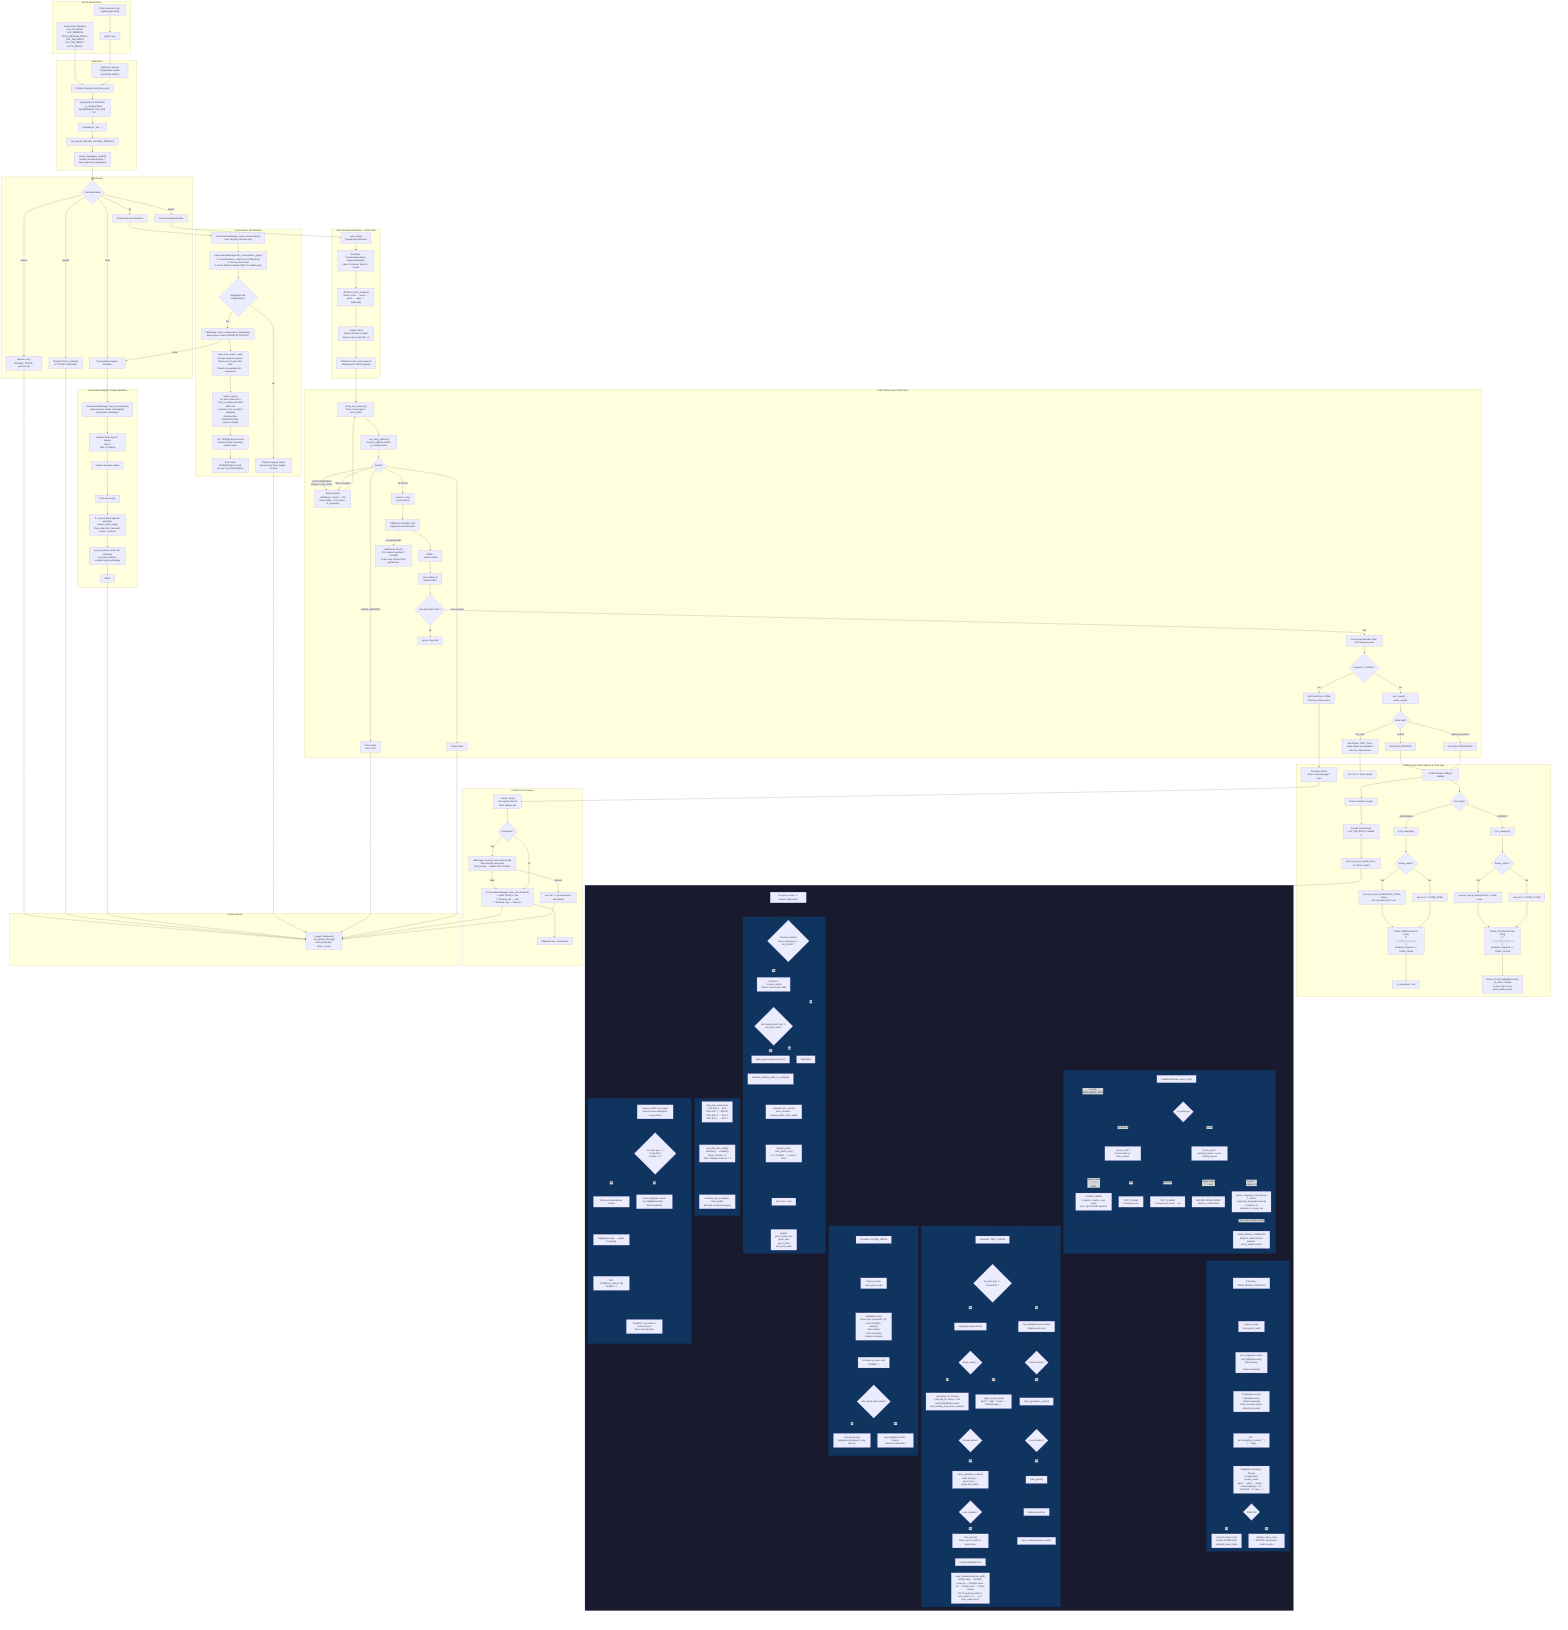
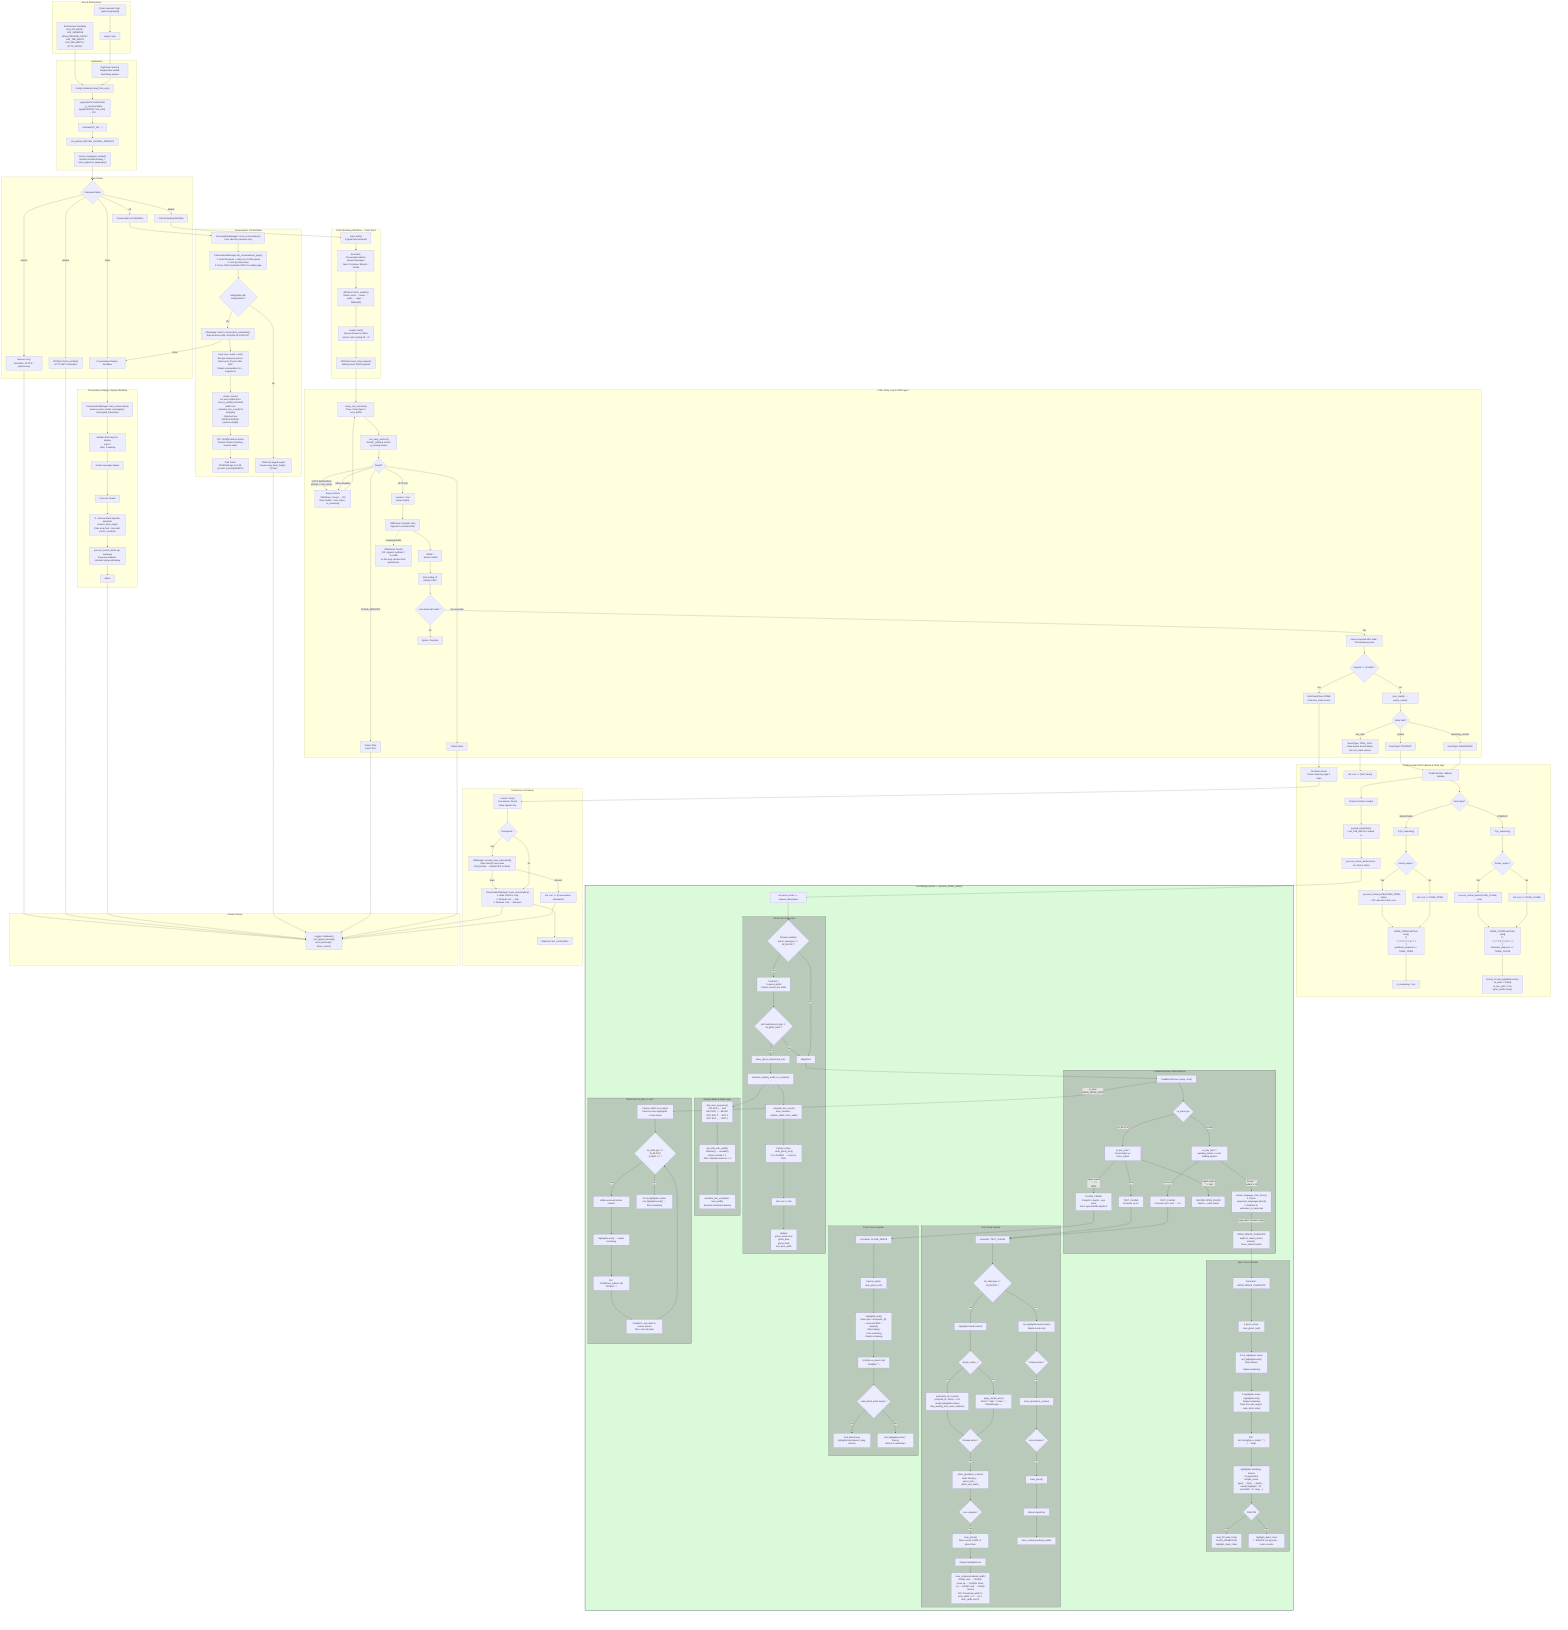
flowchart TD
    %% ========================================================================
    %% LAYER 0: USER & ENVIRONMENT
    %% ========================================================================
    subgraph L0 ["User & Environment"]
        U("[User executes: high [options] [prompt]]") --> Argv["argv[] / argc"]
        Env["Environment Variables<br/>LLM_API_BASE / LLM_VERBOSE<br/>HIGH_PREVIEW_CODE / LLM_TAB_WIDTH<br/>LLM_TAB_WIDTH / HTTP_PROXY"]
    end

    %% ========================================================================
    %% LAYER 1: INITIALIZATION & SIGNALS
    %% ========================================================================
    subgraph L1 ["Initialization"]
        Argv --> Parse["ArgParser::parse()<br/>FlagHandler unified bool/string actions"]
        Env --> ConfigLoad["Config::instance().load_from_env()"]
        Parse --> ConfigLoad
        ConfigLoad --> Signals["signal(SIGINT/SIGTERM → g_running=false)<br/>signal(SIGPIPE, SIG_IGN)  ← FIX"]
        Signals --> Locale["setlocale(LC_ALL, '')"]
        Locale --> CurlInit["curl_global_init(CURL_GLOBAL_DEFAULT)"]
        CurlInit --> LangLoad["ensure_languages_loaded()<br/>Double-checked locking + load_supported_languages()"]
    end

    %% ========================================================================
    %% LAYER 2: MAIN ROUTER
    %% ========================================================================
    subgraph L2 ["Main Router"]
        LangLoad --> Router{"Command Mode"}
        Router -->|banner| Banner["Banner::run()<br/>Alt-buffer / 30 FPS / particle loop"]
        Router -->|list| ListFlow["Conversation List Workflow"]
        Router -->|show| ShowFlow["Conversation Display Workflow"]
        Router -->|models| Models["APIClient::fetch_models()<br/>HTTP GET /v1/models"]
        Router -->|default| ChatFlow["Chat Streaming Workflow"]
    end

    %% ========================================================================
    %% LAYER 3: CHAT WORKFLOW (OUTER SHELL)
    %% ========================================================================
    subgraph L3 ["Chat Streaming Workflow — Outer Shell"]
        ChatFlow --> Stdin["read_stdin()<br/>if piped input detected"]
        Stdin --> BuildHist["Assemble ConversationHistory deque&lt;Message&gt;<br/>New / Continue / Branch / Isolate"]
        BuildHist --> FetchModels["APIClient::fetch_models()<br/>Match: exact → lower → prefix → regex → fallback[0]"]
        FetchModels --> LoaderStart["Loader::start()<br/>Spinner thread on stderr<br/>Atomic color cycling 28→78"]
        LoaderStart --> SendReq["APIClient::send_chat_request()<br/>Build jansson JSON payload"]
    end

    %% ========================================================================
    %% LAYER 4: CURL / RETRY / SSE INGEST
    %% ========================================================================
    subgraph L4 ["CURL Retry Loop & SSE Ingest"]
        SendReq --> CurlSetup["setup_curl_common()<br/>Proxy / User-Agent / error_buffer"]
        CurlSetup --> Perform["curl_easy_perform()<br/>xferinfo_callback checks g_running atomic"]
        Perform --> RetryGate{"Result?"}
        RetryGate -->|HTTP 502/503/504<br/>attempt < max_retries| Backoff["Sleep 1000ms<br/>SSEParser::clear() ← FIX<br/>Reset buffer + tool_state + in_reasoning"]
        Backoff --> CurlSetup
        RetryGate -->|CURLE_ABORTED| AbortReq["Return false<br/>User Ctrl-C"]
        RetryGate -->|Other retryable| Backoff
        RetryGate -->|Non-retryable| FailReq["Return false"]
        RetryGate -->|HTTP 200| StreamOK["success = true<br/>parser.flush()"]

        StreamOK --> SSEFeed["SSEParser::feed(ptr, size)<br/>Append to internal buffer"]
        SSEFeed --> LineLoop["While '\\n' found in buffer"]
        LineLoop --> StripCR["Strip trailing '\\r'<br/>Handle CRLF"]
        StripCR --> DataCheck{"Line starts with 'data:' ?"}
        DataCheck -->|Yes| Extract["Extract payload after 'data: '<br/>Trim leading spaces"]
        Extract --> DoneCheck{"Payload == '[DONE]' ?"}
        DoneCheck -->|Yes| EmitDone["Emit EventType::DONE<br/>Clear tool_state vectors"]
        DoneCheck -->|No| JsonParse["json_loads() → parse_event()"]
        JsonParse --> EvType{Delta field?}
        EvType -->|content| EvContent["EventType::CONTENT"]
        EvType -->|reasoning_content| EvReason["EventType::REASONING"]
        EvType -->|tool_calls| EvTool["EventType::TOOL_CALL<br/>Index-based accumulation into tool_state vectors"]
        DataCheck -->|No| Drop["Ignore / drop line"]

        SSEFeed -.->|remaining buffer| Flush["SSEParser::flush()<br/>FIX: Append synthetic '\\n' to buffer<br/>so line loop catches final partial lines"]
    end

    %% ========================================================================
    %% LAYER 5: CHAT CONTROLLER CALLBACK
    %% ========================================================================
    subgraph L5 ["ChatController SSE Callback & Think Tags"]
        EvContent --> CB["ChatController callback lambda"]
        EvReason --> CB
        EvTool --> ToolLog["std::cerr << [Tool: name]"]
        EmitDone --> DoneHandler["Set done atomic<br/>Close reasoning tags if open"]

        CB --> ReasoningCheck{Event type?}
        ReasoningCheck -->|REASONING| ReasoningOpen["if (!in_reasoning)"]
        ReasoningOpen --> ThinkOpenPath{"format_output ?"}
        ThinkOpenPath -->|Yes| ThinkOpenFmt["process_format_buffer(THINK_OPEN, ..., false)<br/>← FIX: was direct std::cout"]
        ThinkOpenPath -->|No| ThinkOpenRaw["std::cout << THINK_OPEN"]
        ThinkOpenFmt --> ThinkOpenArr["THINK_OPEN built from char[]<br/>{'\\n','<','t','h','i','n','k','>','\\n'}<br/>assistant_response += THINK_OPEN"]
        ThinkOpenRaw --> ThinkOpenArr
        ThinkOpenArr --> InReasoning["in_reasoning = true"]

        ReasoningCheck -->|CONTENT| ContentCheck["if (in_reasoning)"]
        ContentCheck --> ThinkClosePath{"format_output ?"}
        ThinkClosePath -->|Yes| ThinkCloseFmt["process_format_buffer(THINK_CLOSE, ..., true)"]
        ThinkClosePath -->|No| ThinkCloseRaw["std::cout << THINK_CLOSE"]
        ThinkCloseFmt --> ThinkCloseArr["THINK_CLOSE built from char[]<br/>{'\\n','<','/','t','h','i','n','k','>','\\n'}<br/>assistant_response += THINK_CLOSE"]
        ThinkCloseRaw --> ThinkCloseArr
        ThinkCloseArr --> ResetFmt["format_ctx.md_highlighter.reset()<br/>cb_state = State{}<br/>at_line_start = true<br/>parse_buffer.clear()"]

        CB --> StreamChunks["Stream chunks to output"]
        StreamChunks --> Expand["expand_tabs(chunk)<br/>LLM_TAB_WIDTH / default 8"]
        Expand --> ProcFmt["process_format_buffer(chunk, ctx, theme, false)"]
    end

    %% ========================================================================
    %% LAYER 6: FORMATTING PIPELINE — THE HEART
    %% ========================================================================
    subgraph L6 ["Formatting Pipeline — process_format_buffer()"]
        ProcFmt --> Accumulate["ctx.parse_buffer += expand_tabs(input)"]
        Accumulate --> PreviewCheck{"Preview enabled<br/>&& cb_state.type == IN_BLOCK ?"}

        %% Ghost Text Subsystem
        subgraph L6_Ghost ["Ghost Text Subsystem"]
            PreviewCheck -->|Yes| GhostExtract["Find last '\\n' in parse_buffer<br/>Extract current_line suffix"]
            GhostExtract --> GhostHash{"std::hash(current_line) != ctx.ghost_hash ?"}
            GhostHash -->|Yes| ShowGhost["show_ghost_text(current_line)"]
            ShowGhost --> GhostWidth["calculate_display_width_no_ansi(text)<br/>↓"]
            GhostWidth --> GhostLines["calculate_line_count()<br/>lines_needed = ceil(text_width / term_width)"]
            GhostLines --> GhostClear["If ghost_active: clear_ghost_text()<br/>\\r or \\033[nF → cursor to BOL"]
            GhostClear --> GhostPrint["std::cout << text"]
            GhostPrint --> GhostState["Update:<br/>ghost_active=true<br/>ghost_lines<br/>ghost_hash<br/>last_term_width"]
            GhostHash -->|No| SkipGhost
            PreviewCheck -->|No| SkipGhost
        end

        %% Width Calculation Layer
        subgraph L6_Width ["Display Width & ANSI Layer"]
            GhostWidth --> SkipAnsi["skip_ansi_sequence()<br/>CSI ESC [ … final<br/>OSC ESC ] … BEL/ST<br/>DCS ESC P … ESC \\<br/>APC ESC _ … ESC \\"]
            SkipAnsi --> Utf8Width["get_utf8_char_width()<br/>mbrtowc() → wcwidth()<br/>Emoji override = 2<br/>ZWJ / Variation Selector = 0"]
            Utf8Width --> LineCount["calculate_line_count(text, term_width)<br/>Simulate terminal wrapping"]
        end

        %% CodeBlockParser FSM
        subgraph L6_Parser ["CodeBlockParser State Machine"]
            SkipGhost --> ParseLoop["CodeBlockParser::parse_next()"]
            ParseLoop --> State{cb_state.type}

            State -->|NONE| NoneStart["at_line_start ?<br/>pending_indent + count leading spaces"]
            NoneStart -->|Found ```<br/>indent ≤ 16| NoneLang["extract_language_from_fence()<br/>1. Check supported_languages directly<br/>2. Fallback to extension_to_lang map"]
            NoneLang -->|Lang valid / invalid / empty| OpenEvent["OPEN_FENCE_COMPLETE<br/>depth=1, indent_stack=[indent], fence_indent=indent"]
            NoneStart -->|No fence| TextNone["TEXT_CHUNK<br/>Consume up to next ``` or \\n"]

            State -->|IN_BLOCK| BlockStart["at_line_start ?<br/>Count indent vs fence_indent"]
            BlockStart -->|Indent match<br/>``` + \\n/EOF| CloseEvent["CLOSE_FENCE<br/>If depth>1: depth--, pop stack<br/>Else: type=NONE, depth=0"]
            BlockStart -->|Indent match<br/>``` + text| NestedOpen["NESTED OPEN_FENCE<br/>depth++, push indent"]
            BlockStart -->|Else| TextBlock["TEXT_CHUNK<br/>Consume up to \\n"]
        end

        %% Open Fence Handler
        subgraph L6_Open ["Open Fence Handler"]
            OpenEvent --> FmtOpen["Formatter: OPEN_FENCE_COMPLETE"]
            FmtOpen --> ClearGhost1["If ghost_active:<br/>clear_ghost_text()"]
            ClearGhost1 --> EndMd["If md_highlighter active:<br/>md_highlighter.end()<br/>Strip trailing \\n<br/>Output remaining"]
            EndMd --> PushStack["If highlighter active:<br/>highlighter.end()<br/>Output remaining<br/>Push ctx.code_lang to code_block_stack"]
            PushStack --> PrintOpenFence["FIX: std::string(fence_indent, ' ') + ```lang\\n"]
            PrintOpenFence --> StartHl["highlighter.start(lang, theme)<br/>If supported & !simple_mode:<br/>pipe() → fork() → dup2() → execlp('highlight', '-O', 'xterm256', '-S', lang, ...)"]
            StartHl --> HlCheck{"Child PID"}
            HlCheck -->|OK| HlActive["read_fd / write_fd set<br/>fcntl(O_NONBLOCK)<br/>highlight_dead_=false"]
            HlCheck -->|Fail| HlDead["highlight_dead_=true<br/>🐛 SIGPIPE not ignored → crash on write"]
        end

        %% Text Chunk Handler
        subgraph L6_Text ["Text Chunk Handler"]
            TextBlock --> FmtText["Formatter: TEXT_CHUNK"]
            TextNone --> FmtText
            FmtText --> InBlock{cb_state.type == IN_BLOCK ?}

            InBlock -->|Yes| HlFeed["highlighter.feed(content)"]
            HlFeed --> HlMode{simple_mode_ ?}
            HlMode -->|Yes| SimpleHl["apply_simple_ansi()<br/>Bold ** / Italic * / Inline ` / Strikethrough ~~"]
            HlMode -->|No| ForkedHl["write(write_fd, content)<br/>poll(read_fd, 10ms) × 100<br/>read() highlighted output<br/>strip_leading_ansi_reset_newline()"]

            InBlock -->|No| MdFeed["md_highlighter.feed(content)<br/>Simple mode only"]

            ForkedHl --> HlPreview{Preview active ?}
            SimpleHl --> HlPreview
            MdFeed --> MdPreview{Preview active ?}

            HlPreview -->|Yes| HlGhostShow["show_ghost(line_content)<br/>Hash tracking → ghost_lines → ghost_text_width_"]
            HlGhostShow --> HlNewline{Line complete ?}
            HlNewline -->|Yes| HlClearGhost["clear_ghost()<br/>Move cursor to BOL of ghost lines"]
            HlClearGhost --> HlOutput["Output highlighted text"]
            HlOutput --> HlResidue["clear_residue(rendered_width)<br/>\\033[s save → \\033[nF move up → \\033[nG move col → \\033[K clear → \\033[u restore<br/>FIX: if rendered_width % term_width == 0 → col = term_width (not 0)"]

            MdPreview -->|Yes| MdGhostShow["show_ghost(line_content)"]
            MdGhostShow --> MdNewline{Line complete ?}
            MdNewline -->|Yes| MdClearGhost["clear_ghost()"]
            MdClearGhost --> MdOutput["Output styled text"]
            MdOutput --> MdResidue["clear_residue(rendered_width)"]
        end

        %% Close Fence Handler
        subgraph L6_Close ["Close Fence Handler"]
            CloseEvent --> FmtClose["Formatter: CLOSE_FENCE"]
            FmtClose --> ClearGhost2["If ghost_active:<br/>clear_ghost_text()"]
            ClearGhost2 --> EndHl2["highlighter.end()<br/>Drain pipe: close(write_fd) → read until EOF → waitpid()<br/>Strip trailing \\n from remaining<br/>Output remaining"]
            EndHl2 --> PrintClose["\\033[fence_indent+1]G<br/>\\033[0m```\\n"]
            PrintClose --> PopStack{code_block_stack empty ?}
            PopStack -->|No| RestoreParent["Pop parent lang<br/>highlighter.start(parent_lang, theme)"]
            PopStack -->|Yes| RestoreMd["md_highlighter.start('', theme)<br/>Return to markdown"]
        end

        %% Final Flush
        subgraph L6_Final ["Final Flush (is_final == true)"]
            ParseLoop -->|is_final<br/>NEED_MORE_DATA| FinalCheck["If parse_buffer non-empty:<br/>Feed to active highlighter or raw stdout"]
            FinalCheck --> ForceClose{"cb_state.type == IN_BLOCK<br/>|| depth > 0 ?"}
            ForceClose -->|Yes| ForceLoop["While unclosed blocks remain:"]
            ForceLoop --> ForceEnd["highlighter.end() → output remaining"]
            ForceEnd --> ForcePrint["FIX: \\033[fence_indent+1]G<br/>\\033[0m```\\n"]
            ForcePrint --> ForcePop["If depth>1: pop stack & restore parent<br/>Else: clear all state"]
            ForcePop --> ForceClose
            ForceClose -->|No| EndMdFinal["If md_highlighter active:<br/>md_highlighter.end() → flush remaining"]
        end
    end

    %% ========================================================================
    %% LAYER 7: PERSISTENCE & CLEANUP
    %% ========================================================================
    subgraph L7 ["Persistence & Cleanup"]
        DoneHandler --> LoaderStop["Loader::stop()<br/>Join spinner thread<br/>Clear spinner line"]
        LoaderStop --> SaveCheck{Interrupted ?}
        SaveCheck -->|Yes| PromptSave["UIManager::prompt_save_interrupted()<br/>Open /dev/tty raw mode<br/>[Y/n] prompt → default YES on Enter"]
        PromptSave -->|Save| SaveConv["ConversationManager::save_conversation()<br/>1. Write JSON to .tmp<br/>2. Rename old → .bak<br/>3. Rename .tmp → final.json"]
        PromptSave -->|Discard| DiscardLog["std::cerr << [Conversation discarded]"]
        SaveCheck -->|No| SaveConv
        SaveConv --> Clipboard["Clipboard::set_content(title)"]
    end

    %% ========================================================================
    %% LAYER 8: DISPLAY / REPLAY WORKFLOW
    %% ========================================================================
    subgraph L8 ["Conversation Display / Replay Workflow"]
        ShowFlow --> LoadConv["ConversationManager::load_conversation()<br/>jansson parse: model, messages[], interrupted, timestamp"]
        LoadConv --> ThinkFix["Sanitize think tags for display<br/>Inject \\n after </think> if missing"]
        ThinkFix --> PerMessage["Iterate messages deque"]
        PerMessage --> RoleLabel["Print role header"]
        RoleLabel --> RemoveThink["If --remove-think-tags && assistant:<br/>remove_think_tags()<br/>Char array find + line-start check + prefix fix"]
        RemoveThink --> FormatReplay["process_format_buffer per message<br/>If preview enabled: chunked replay with delay"]
        FormatReplay --> Out1["stdout"]
    end

    %% ========================================================================
    %% LAYER 9: LIST / TUI WORKFLOW
    %% ========================================================================
    subgraph L9 ["Conversation List Workflow"]
        ListFlow --> Count["ConversationManager::count_conversations()<br/>Fast: directory iteration only"]
        Count --> Paginate["ConversationManager::list_conversations_page()<br/>1. Scan filenames + mtime (no JSON parse)<br/>2. Sort by mtime desc<br/>3. Parse JSON metadata ONLY for visible page"]
        Paginate --> TTYCheck{"isatty(stdin) && isatty(stdout) ?"}
        TTYCheck -->|Yes| Interactive["UIManager::select_conversation_interactive()<br/>Raw termios mode: ICANON off, ECHO off"]
        Interactive --> Nav["Input loop: read() + poll()<br/>Escape sequence parser:<br/>Read up to 3 bytes after ESC<br/>Param accumulation for ~ sequences"]
        Nav --> Render["render_menu()<br/>For each visible item:<br/>- trim_to_width() with ANSI width calc<br/>- calculate_line_count() for wrapping<br/>- Selected row: \\033[7m\\033[1m (reverse+bright)"]
        Render --> FooterFix["FIX: \\033[0m before footer<br/>Prevents footer inheriting reverse video"]
        FooterFix --> Footer["Print footer:<br/>\\033[2m(Page N of M) [n=next, p=prev]\\033[22m"]
        Interactive -->|Enter| ShowFlow
        TTYCheck -->|No| Plain["Plain text paged output<br/>Pause every (term_height - 2) lines"]
    end

    %% ========================================================================
    %% LAYER 10: GLOBAL CLEANUP
    %% ========================================================================
    subgraph L10 ["Global Cleanup"]
        Banner --> Cleanup["Logger::shutdown()<br/>curl_global_cleanup()<br/>reset_terminal() / show_cursor()"]
        Models --> Cleanup
        SaveConv --> Cleanup
        DiscardLog --> Cleanup
        Out1 --> Cleanup
        Plain --> Cleanup
        AbortReq --> Cleanup
        FailReq --> Cleanup
    end

    %% Cross-layer styling
-     style L6 fill:#1a1a2e,stroke:#16213e,stroke-width:2px
-     style L6_Ghost fill:#0f3460,stroke:#1a1a2e,stroke-width:1px
-     style L6_Width fill:#0f3460,stroke:#1a1a2e,stroke-width:1px
-     style L6_Parser fill:#0f3460,stroke:#1a1a2e,stroke-width:1px
-     style L6_Open fill:#0f3460,stroke:#1a1a2e,stroke-width:1px
-     style L6_Text fill:#0f3460,stroke:#1a1a2e,stroke-width:1px
-     style L6_Close fill:#0f3460,stroke:#1a1a2e,stroke-width:1px
-     style L6_Final fill:#0f3460,stroke:#1a1a2e,stroke-width:1px
+     style L6 fill:#dafada,stroke:#16213e,stroke-width:2px
+     style L6_Ghost fill:#bacaba,stroke:#1a1a2e,stroke-width:1px
+     style L6_Width fill:#bacaba,stroke:#1a1a2e,stroke-width:1px
+     style L6_Parser fill:#bacaba,stroke:#1a1a2e,stroke-width:1px
+     style L6_Open fill:#bacaba,stroke:#1a1a2e,stroke-width:1px
+     style L6_Text fill:#bacaba,stroke:#1a1a2e,stroke-width:1px
+     style L6_Close fill:#bacaba,stroke:#1a1a2e,stroke-width:1px
+     style L6_Final fill:#bacaba,stroke:#1a1a2e,stroke-width:1px
